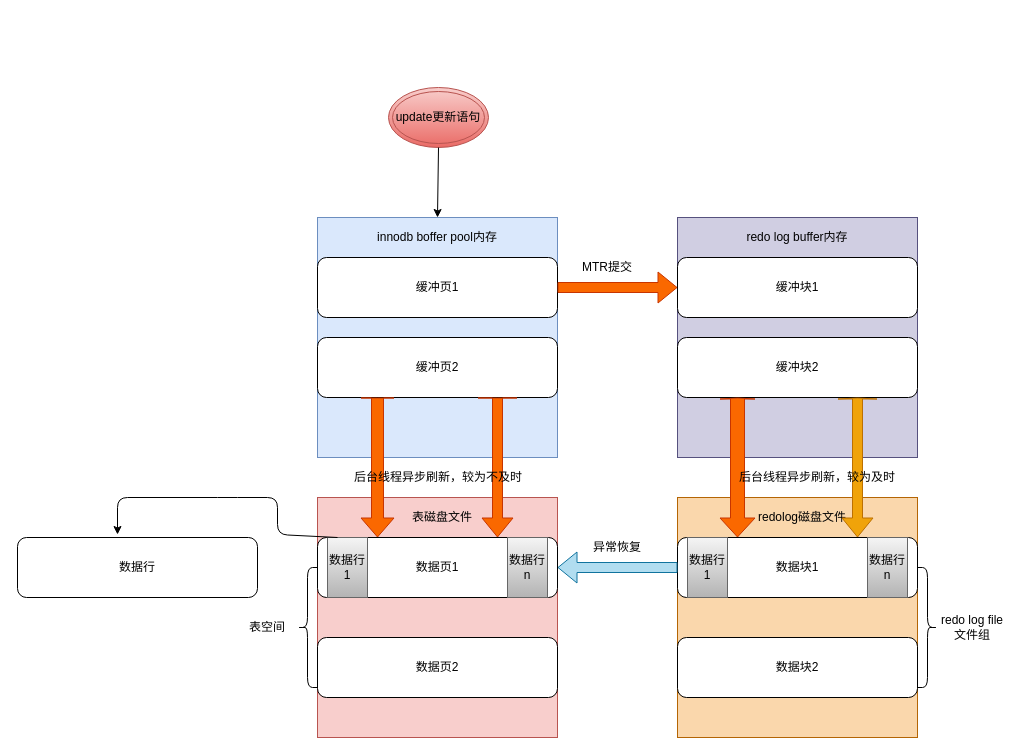
Above: select-update.drawio in wqfgithub/drawio (draw.io), before the change. Source tidied: cells renumbered, new cells numbered last; positions are measured from the earlier drawing's top-left corner, leaving out a move shared by most shapes. Both pictures are drawn from the tidied source at 100%, with x=0, y=0 at pixel (17, 87).
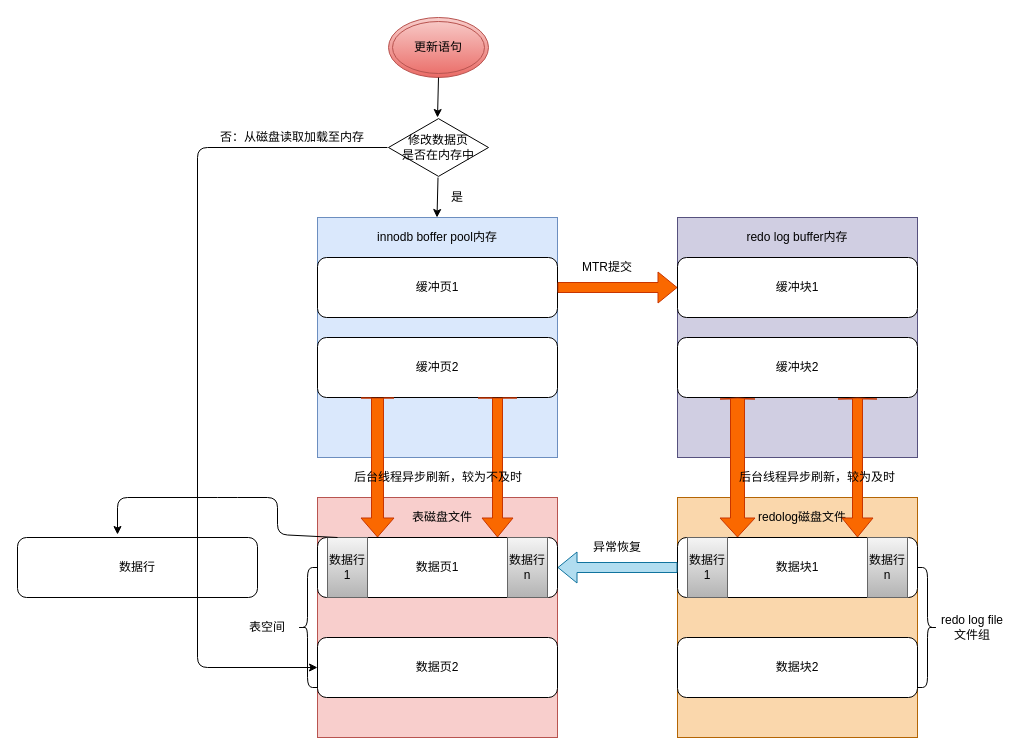
The same diagram, later.

What changed in the source:
```diff
@@
-    <mxCell id="3" value="update更新语句" style="ellipse;shape=doubleEllipse;whiteSpace=wrap;html=1;gradientColor=#ea6b66;fillColor=#f8cecc;strokeColor=#b85450;" parent="1" vertex="1">
-      <mxGeometry x="371" width="100" height="60" as="geometry" />
+    <mxCell id="3" value="更新语句" style="ellipse;shape=doubleEllipse;whiteSpace=wrap;html=1;gradientColor=#ea6b66;fillColor=#f8cecc;strokeColor=#b85450;" parent="1" vertex="1">
+      <mxGeometry x="371" y="-70" width="100" height="60" as="geometry" />
     </mxCell>
@@
-    <mxCell id="31" style="shape=flexArrow;endArrow=classic;startArrow=classic;html=1;entryX=0.25;entryY=1;entryDx=0;entryDy=0;endWidth=28;endSize=0;fillColor=#f0a30a;strokeColor=#BD7000;" parent="1" edge="1">
+    <mxCell id="31" style="shape=flexArrow;endArrow=classic;startArrow=classic;html=1;entryX=0.25;entryY=1;entryDx=0;entryDy=0;endWidth=28;endSize=0;fillColor=#fa6800;strokeColor=#C73500;" parent="1" edge="1">
       <mxGeometry relative="1" as="geometry">
         <mxPoint x="840" y="450" as="sourcePoint" />
         <mxPoint x="840" y="310" as="targetPoint" />
       </mxGeometry>
     </mxCell>
@@
     <mxCell id="35" style="endArrow=classic;html=1;" parent="1" edge="1">
       <mxGeometry relative="1" as="geometry">
-        <mxPoint x="421" y="60" as="sourcePoint" />
-        <mxPoint x="420" y="130" as="targetPoint" />
+        <mxPoint x="421" y="-10" as="sourcePoint" />
+        <mxPoint x="420" y="30" as="targetPoint" />
       </mxGeometry>
     </mxCell>
@@
+    <mxCell id="40" value="修改数据页&lt;br&gt;是否在内存中" style="html=1;whiteSpace=wrap;shape=isoRectangle;" parent="1" vertex="1">
+      <mxGeometry x="371" y="30" width="100" height="60" as="geometry" />
+    </mxCell>
+    <mxCell id="41" style="endArrow=classic;html=1;" parent="1" edge="1">
+      <mxGeometry relative="1" as="geometry">
+        <mxPoint x="420.5" y="90" as="sourcePoint" />
+        <mxPoint x="419.5" y="130" as="targetPoint" />
+      </mxGeometry>
+    </mxCell>
+    <mxCell id="42" value="是" style="text;html=1;strokeColor=none;fillColor=none;align=center;verticalAlign=middle;whiteSpace=wrap;rounded=0;" parent="1" vertex="1">
+      <mxGeometry x="420" y="100" width="40" height="20" as="geometry" />
+    </mxCell>
+    <mxCell id="43" style="endArrow=classic;html=1;" parent="1" edge="1">
+      <mxGeometry relative="1" as="geometry">
+        <mxPoint x="370" y="60" as="sourcePoint" />
+        <mxPoint x="300" y="580" as="targetPoint" />
+        <Array as="points">
+          <mxPoint x="180" y="60" />
+          <mxPoint x="180" y="580" />
+        </Array>
+      </mxGeometry>
+    </mxCell>
+    <mxCell id="44" value="否：从磁盘读取加载至内存" style="text;html=1;strokeColor=none;fillColor=none;align=center;verticalAlign=middle;whiteSpace=wrap;rounded=0;" parent="1" vertex="1">
+      <mxGeometry x="200" y="40" width="150" height="20" as="geometry" />
+    </mxCell>
```
